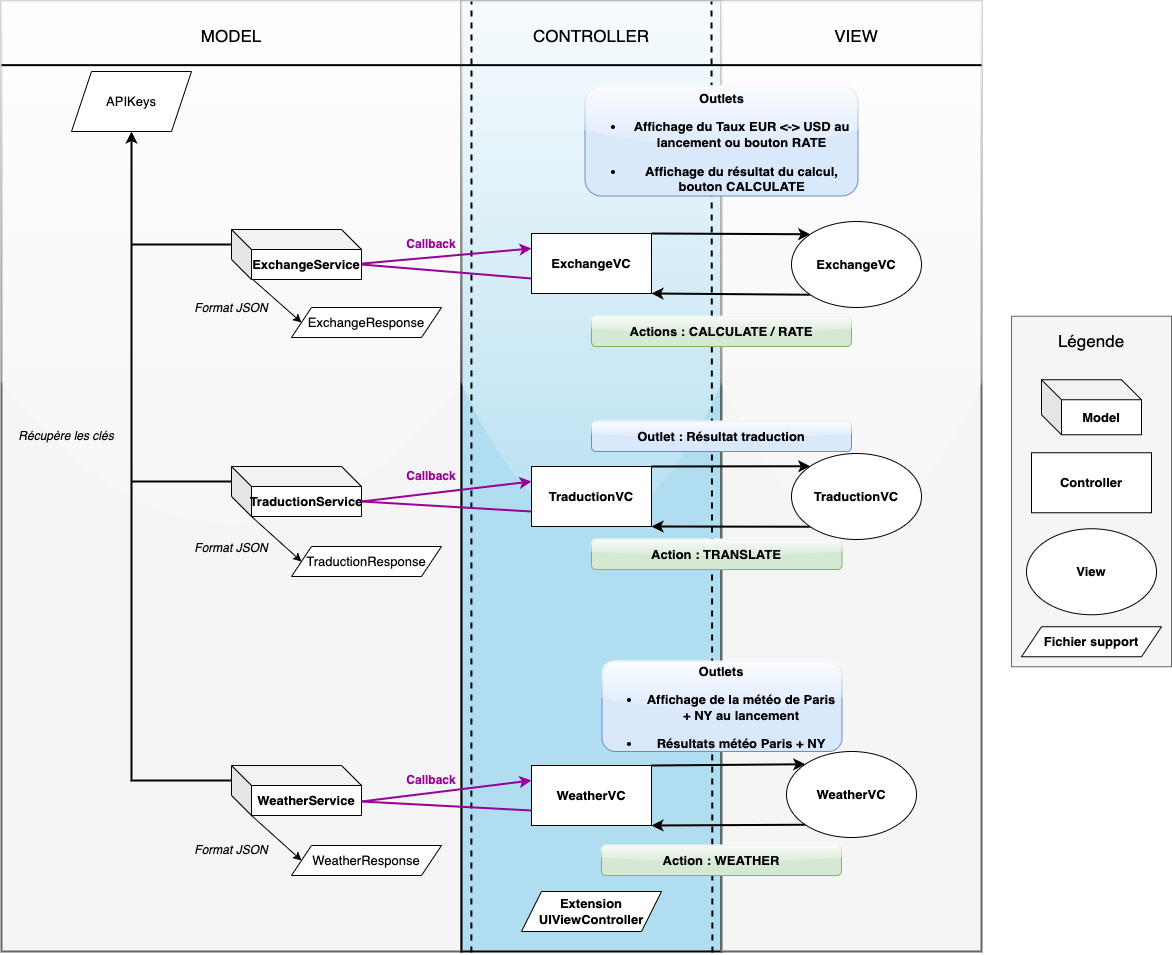
This is Divers/structure_mvc.png from MickaeliOS/OpenClassrooms-P9-LeBaluchon, a draw.io export, as it was before one commit. Source tidied: cells renumbered, new cells last; positions are measured from the earlier drawing's top-left corner, leaving out a move shared by most shapes.
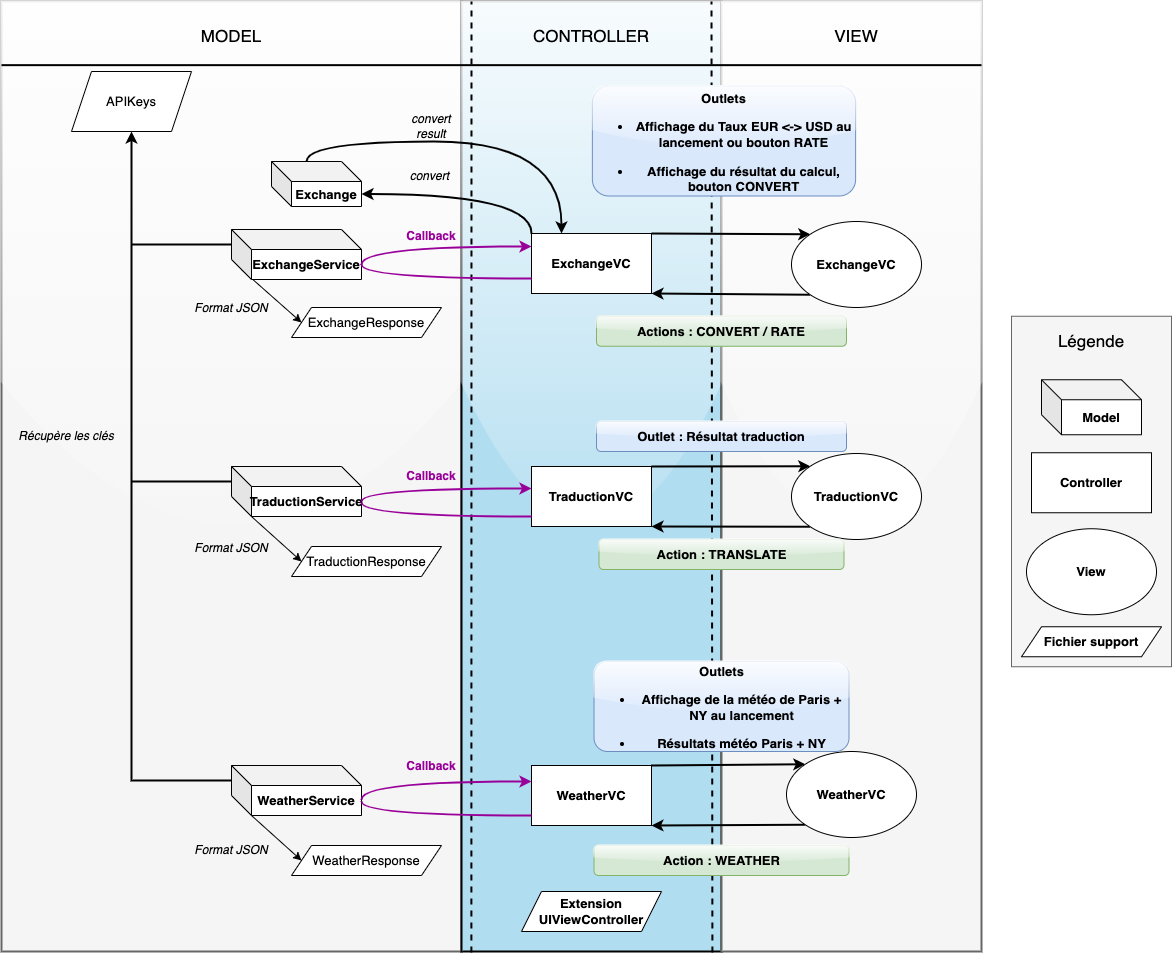
The same file after the commit.

Change to the diagram source:
```diff
@@ -33,9 +33,6 @@
     <mxCell id="10" style="endArrow=none;html=1;rounded=0;strokeWidth=2;entryX=1;entryY=0.067;entryDx=0;entryDy=0;entryPerimeter=0;exitX=0;exitY=0.067;exitDx=0;exitDy=0;exitPerimeter=0;" parent="1" edge="1" source="2" target="4">
       <mxGeometry relative="1" as="geometry" />
     </mxCell>
-    <mxCell id="11" style="rounded=0;jettySize=auto;html=1;exitX=0;exitY=0;exitDx=120;exitDy=35;exitPerimeter=0;entryX=0;entryY=0.25;entryDx=0;entryDy=0;strokeColor=#990099;strokeWidth=2;" parent="1" edge="1" source="13" target="20">
-      <mxGeometry relative="1" as="geometry" />
-    </mxCell>
     <mxCell id="12" style="rounded=0;jettySize=auto;html=1;exitX=0;exitY=0;exitDx=10;exitDy=40;exitPerimeter=0;entryX=0;entryY=0.5;entryDx=0;entryDy=0;" parent="1" edge="1" source="13" target="52">
       <mxGeometry relative="1" as="geometry" />
     </mxCell>
@@ -60,6 +57,9 @@
     <mxCell id="19" style="edgeStyle=none;rounded=0;jettySize=auto;html=1;exitX=1;exitY=0;exitDx=0;exitDy=0;entryX=0;entryY=0;entryDx=0;entryDy=0;strokeWidth=2;" parent="1" edge="1" source="20" target="26">
       <mxGeometry relative="1" as="geometry" />
     </mxCell>
+    <mxCell id="62" style="rounded=0;jettySize=auto;html=1;exitX=0;exitY=0;exitDx=0;exitDy=0;entryX=0;entryY=0;entryDx=90;entryDy=32.5;entryPerimeter=0;strokeColor=#000000;strokeWidth=2;fontSize=17;fontColor=#000000;edgeStyle=orthogonalEdgeStyle;curved=1;" parent="1" edge="1" source="20" target="64">
+      <mxGeometry relative="1" as="geometry" />
+    </mxCell>
     <mxCell id="20" value="ExchangeVC" style="rounded=0;whiteSpace=wrap;html=1;fontStyle=1;fontSize=13;" parent="1" vertex="1">
       <mxGeometry x="530" y="232" width="120" height="60" as="geometry" />
     </mxCell>
@@ -97,35 +97,21 @@
         <mxPoint x="130" y="243" as="sourcePoint" />
       </mxGeometry>
     </mxCell>
-    <mxCell id="31" style="endArrow=none;html=1;rounded=0;exitX=0;exitY=0.75;exitDx=0;exitDy=0;strokeColor=#990099;entryX=0;entryY=0;entryDx=130;entryDy=35;entryPerimeter=0;strokeWidth=2;" parent="1" edge="1" source="20" target="13">
-      <mxGeometry relative="1" as="geometry" />
+    <mxCell id="31" style="endArrow=none;html=1;rounded=0;exitX=0;exitY=0.75;exitDx=0;exitDy=0;strokeColor=#990099;entryX=0;entryY=0;entryDx=130;entryDy=35;entryPerimeter=0;strokeWidth=2;edgeStyle=orthogonalEdgeStyle;curved=1;" parent="1" edge="1" source="20" target="13">
+      <mxGeometry relative="1" as="geometry">
+        <Array as="points">
+          <mxPoint x="360" y="277" />
+        </Array>
+      </mxGeometry>
     </mxCell>
     <mxCell id="32" value="Callback" style="text;html=1;strokeColor=none;fillColor=none;align=center;verticalAlign=middle;whiteSpace=wrap;rounded=0;fontColor=#990099;fontSize=12;fontStyle=1;" parent="1" vertex="1">
-      <mxGeometry x="400" y="228" width="60" height="30" as="geometry" />
+      <mxGeometry x="400" y="220" width="60" height="30" as="geometry" />
     </mxCell>
-    <mxCell id="33" style="endArrow=none;html=1;rounded=0;exitX=0;exitY=0.75;exitDx=0;exitDy=0;strokeColor=#990099;strokeWidth=2;" parent="1" edge="1" source="22">
-      <mxGeometry relative="1" as="geometry">
-        <mxPoint x="360" y="500" as="targetPoint" />
-      </mxGeometry>
-    </mxCell>
-    <mxCell id="34" style="endArrow=classic;html=1;rounded=0;exitX=0;exitY=0;exitDx=130;exitDy=35;exitPerimeter=0;entryX=0;entryY=0.25;entryDx=0;entryDy=0;strokeColor=#990099;strokeWidth=2;" parent="1" edge="1" source="15" target="22">
-      <mxGeometry relative="1" as="geometry" />
-    </mxCell>
-    <mxCell id="35" style="endArrow=none;html=1;rounded=0;exitX=0;exitY=0.75;exitDx=0;exitDy=0;strokeColor=#990099;strokeWidth=2;" parent="1" edge="1" source="24">
-      <mxGeometry relative="1" as="geometry">
-        <mxPoint x="360" y="800" as="targetPoint" />
-      </mxGeometry>
-    </mxCell>
-    <mxCell id="36" style="endArrow=classic;html=1;rounded=0;entryX=0;entryY=0.25;entryDx=0;entryDy=0;strokeColor=#990099;strokeWidth=2;" parent="1" edge="1" target="24">
-      <mxGeometry relative="1" as="geometry">
-        <mxPoint x="360" y="800" as="sourcePoint" />
-      </mxGeometry>
-    </mxCell>
     <mxCell id="37" value="Callback" style="text;html=1;strokeColor=none;fillColor=none;align=center;verticalAlign=middle;whiteSpace=wrap;rounded=0;fontColor=#990099;fontStyle=1;" parent="1" vertex="1">
       <mxGeometry x="400" y="460" width="60" height="30" as="geometry" />
     </mxCell>
     <mxCell id="38" value="Callback" style="text;html=1;strokeColor=none;fillColor=none;align=center;verticalAlign=middle;whiteSpace=wrap;rounded=0;fontColor=#990099;fontStyle=1;" parent="1" vertex="1">
-      <mxGeometry x="400" y="764" width="60" height="30" as="geometry" />
+      <mxGeometry x="400" y="750" width="60" height="30" as="geometry" />
     </mxCell>
     <mxCell id="39" value="Format JSON" style="text;html=1;strokeColor=none;fillColor=none;align=center;verticalAlign=middle;whiteSpace=wrap;rounded=0;fontStyle=2;" parent="1" vertex="1">
       <mxGeometry x="190" y="292" width="80" height="30" as="geometry" />
@@ -148,23 +134,23 @@
     <mxCell id="45" value="WeatherVC" style="ellipse;whiteSpace=wrap;html=1;fontStyle=1;fontSize=13;" parent="1" vertex="1">
       <mxGeometry x="785" y="750" width="130" height="86" as="geometry" />
     </mxCell>
-    <mxCell id="46" value="Actions : CALCULATE / RATE" style="text;html=1;strokeColor=#82b366;fillColor=#d5e8d4;align=center;verticalAlign=middle;whiteSpace=wrap;rounded=1;glass=1;fontSize=13;fontStyle=1;" parent="1" vertex="1">
-      <mxGeometry x="590" y="315" width="260" height="30" as="geometry" />
+    <mxCell id="46" value="Actions : CONVERT&amp;nbsp;/ RATE" style="text;html=1;strokeColor=#82b366;fillColor=#d5e8d4;align=center;verticalAlign=middle;whiteSpace=wrap;rounded=1;glass=1;fontSize=13;fontStyle=1;" parent="1" vertex="1">
+      <mxGeometry x="595" y="314.8" width="250" height="30" as="geometry" />
     </mxCell>
-    <mxCell id="47" value="&lt;br style=&quot;font-size: 13px;&quot;&gt;Outlets&lt;br style=&quot;font-size: 13px;&quot;&gt;&lt;ul style=&quot;font-size: 13px;&quot;&gt;&lt;li style=&quot;font-size: 13px;&quot;&gt;Affichage du Taux EUR &amp;lt;-&amp;gt; USD au lancement ou bouton RATE&lt;/li&gt;&lt;/ul&gt;&lt;ul style=&quot;font-size: 13px;&quot;&gt;&lt;li style=&quot;font-size: 13px;&quot;&gt;&lt;span style=&quot;font-size: 13px;&quot;&gt;Affichage du résultat du calcul, bouton CALCULATE&lt;/span&gt;&lt;br style=&quot;font-size: 13px;&quot;&gt;&lt;/li&gt;&lt;/ul&gt;" style="text;html=1;fillColor=#dae8fc;align=center;verticalAlign=middle;whiteSpace=wrap;rounded=1;labelBackgroundColor=none;glass=1;strokeColor=#6c8ebf;fontSize=13;fontStyle=1;" parent="1" vertex="1">
-      <mxGeometry x="583.5" y="84.5" width="273" height="110" as="geometry" />
+    <mxCell id="47" value="&lt;br style=&quot;font-size: 13px;&quot;&gt;Outlets&lt;br style=&quot;font-size: 13px;&quot;&gt;&lt;ul style=&quot;font-size: 13px;&quot;&gt;&lt;li style=&quot;font-size: 13px;&quot;&gt;Affichage du Taux EUR &amp;lt;-&amp;gt; USD au lancement ou bouton RATE&lt;/li&gt;&lt;/ul&gt;&lt;ul style=&quot;font-size: 13px;&quot;&gt;&lt;li style=&quot;font-size: 13px;&quot;&gt;&lt;span style=&quot;font-size: 13px;&quot;&gt;Affichage du résultat du calcul, bouton CONVERT&lt;/span&gt;&lt;br style=&quot;font-size: 13px;&quot;&gt;&lt;/li&gt;&lt;/ul&gt;" style="text;html=1;fillColor=#dae8fc;align=center;verticalAlign=middle;whiteSpace=wrap;rounded=1;labelBackgroundColor=none;glass=1;strokeColor=#6c8ebf;fontSize=13;fontStyle=1;" parent="1" vertex="1">
+      <mxGeometry x="590.9" y="84.5" width="263.2" height="110" as="geometry" />
     </mxCell>
     <mxCell id="48" value="Outlet : Résultat traduction" style="text;html=1;strokeColor=#6c8ebf;fillColor=#dae8fc;align=center;verticalAlign=middle;whiteSpace=wrap;rounded=1;glass=1;fontSize=13;fontStyle=1;" parent="1" vertex="1">
-      <mxGeometry x="590" y="420" width="260" height="30" as="geometry" />
+      <mxGeometry x="595" y="420" width="250" height="30" as="geometry" />
     </mxCell>
     <mxCell id="49" value="Action : TRANSLATE" style="text;html=1;strokeColor=#82b366;fillColor=#d5e8d4;align=center;verticalAlign=middle;whiteSpace=wrap;rounded=1;glass=1;fontSize=13;fontStyle=1;" parent="1" vertex="1">
-      <mxGeometry x="590" y="538" width="250.5" height="30" as="geometry" />
+      <mxGeometry x="597.5" y="538" width="245" height="30" as="geometry" />
     </mxCell>
     <mxCell id="50" value="&lt;br style=&quot;font-size: 13px;&quot;&gt;Outlets&lt;br style=&quot;font-size: 13px;&quot;&gt;&lt;ul style=&quot;font-size: 13px;&quot;&gt;&lt;li style=&quot;font-size: 13px;&quot;&gt;&lt;span style=&quot;background-color: initial; font-size: 13px;&quot;&gt;Affichage de la météo de Paris + NY au lancement&lt;/span&gt;&lt;/li&gt;&lt;/ul&gt;&lt;ul style=&quot;font-size: 13px;&quot;&gt;&lt;li style=&quot;font-size: 13px;&quot;&gt;Résultats météo Paris + NY&lt;/li&gt;&lt;/ul&gt;" style="text;html=1;strokeColor=#6c8ebf;fillColor=#dae8fc;align=center;verticalAlign=middle;whiteSpace=wrap;rounded=1;glass=1;fontSize=13;fontStyle=1;" parent="1" vertex="1">
-      <mxGeometry x="600.5" y="660" width="240" height="90" as="geometry" />
+      <mxGeometry x="592.5" y="660" width="255" height="90" as="geometry" />
     </mxCell>
     <mxCell id="51" value="Action : WEATHER" style="text;html=1;strokeColor=#82b366;fillColor=#d5e8d4;align=center;verticalAlign=middle;whiteSpace=wrap;rounded=1;glass=1;fontSize=13;fontStyle=1;" parent="1" vertex="1">
-      <mxGeometry x="600" y="844" width="240" height="30" as="geometry" />
+      <mxGeometry x="592.5" y="844" width="255" height="30" as="geometry" />
     </mxCell>
     <mxCell id="52" value="ExchangeResponse" style="shape=parallelogram;perimeter=parallelogramPerimeter;whiteSpace=wrap;html=1;fixedSize=1;fontSize=13;" parent="1" vertex="1">
       <mxGeometry x="290" y="306" width="150" height="30" as="geometry" />
@@ -196,5 +182,60 @@
     <mxCell id="61" value="Légende" style="text;html=1;strokeColor=none;fillColor=none;align=center;verticalAlign=middle;whiteSpace=wrap;rounded=0;shadow=0;glass=0;labelBackgroundColor=none;sketch=0;fillStyle=auto;strokeWidth=1;fontSize=17;fontColor=#000000;" parent="1" vertex="1">
       <mxGeometry x="1060" y="325.2" width="60" height="30" as="geometry" />
     </mxCell>
+    <mxCell id="63" style="rounded=0;jettySize=auto;html=1;exitX=0;exitY=0;exitDx=35;exitDy=0;exitPerimeter=0;entryX=0.25;entryY=0;entryDx=0;entryDy=0;strokeColor=#000000;strokeWidth=2;fontSize=17;fontColor=#000000;edgeStyle=orthogonalEdgeStyle;curved=1;" parent="1" edge="1" source="64" target="20">
+      <mxGeometry relative="1" as="geometry" />
+    </mxCell>
+    <mxCell id="64" value="Exchange" style="shape=cube;whiteSpace=wrap;html=1;boundedLbl=1;backgroundOutline=1;darkOpacity=0.05;darkOpacity2=0.1;fontStyle=1;fontSize=13;" parent="1" vertex="1">
+      <mxGeometry x="270" y="160" width="90" height="45" as="geometry" />
+    </mxCell>
+    <mxCell id="65" style="endArrow=none;html=1;rounded=0;exitX=0;exitY=0.75;exitDx=0;exitDy=0;strokeColor=#990099;entryX=0;entryY=0;entryDx=130;entryDy=35;entryPerimeter=0;strokeWidth=2;edgeStyle=orthogonalEdgeStyle;curved=1;" parent="1" edge="1">
+      <mxGeometry relative="1" as="geometry">
+        <mxPoint x="530" y="515" as="sourcePoint" />
+        <mxPoint x="360" y="501" as="targetPoint" />
+        <Array as="points">
+          <mxPoint x="360" y="515" />
+        </Array>
+      </mxGeometry>
+    </mxCell>
+    <mxCell id="66" style="rounded=0;jettySize=auto;html=1;entryX=0;entryY=0.25;entryDx=0;entryDy=0;strokeColor=#990099;strokeWidth=2;edgeStyle=orthogonalEdgeStyle;curved=1;exitX=0;exitY=0;exitDx=130;exitDy=35;exitPerimeter=0;" parent="1" edge="1" source="15">
+      <mxGeometry relative="1" as="geometry">
+        <mxPoint x="530" y="487" as="targetPoint" />
+        <Array as="points">
+          <mxPoint x="360" y="487" />
+        </Array>
+      </mxGeometry>
+    </mxCell>
+    <mxCell id="67" style="rounded=0;jettySize=auto;html=1;entryX=0;entryY=0.25;entryDx=0;entryDy=0;strokeColor=#990099;strokeWidth=2;edgeStyle=orthogonalEdgeStyle;curved=1;exitX=0;exitY=0;exitDx=130;exitDy=35;exitPerimeter=0;" parent="1" edge="1" source="13">
+      <mxGeometry relative="1" as="geometry">
+        <mxPoint x="530" y="245" as="targetPoint" />
+        <Array as="points">
+          <mxPoint x="360" y="245" />
+        </Array>
+      </mxGeometry>
+    </mxCell>
+    <mxCell id="68" style="rounded=0;orthogonalLoop=1;jettySize=auto;html=1;entryX=0;entryY=0.25;entryDx=0;entryDy=0;strokeColor=#990099;strokeWidth=2;edgeStyle=orthogonalEdgeStyle;curved=1;exitX=0;exitY=0;exitDx=130;exitDy=35;exitPerimeter=0;" parent="1" edge="1">
+      <mxGeometry relative="1" as="geometry">
+        <mxPoint x="360" y="798" as="sourcePoint" />
+        <mxPoint x="530" y="780" as="targetPoint" />
+        <Array as="points">
+          <mxPoint x="360" y="780" />
+        </Array>
+      </mxGeometry>
+    </mxCell>
+    <mxCell id="69" style="endArrow=none;html=1;rounded=0;exitX=0;exitY=0.75;exitDx=0;exitDy=0;strokeColor=#990099;entryX=0;entryY=0;entryDx=130;entryDy=35;entryPerimeter=0;strokeWidth=2;edgeStyle=orthogonalEdgeStyle;curved=1;" parent="1" edge="1">
+      <mxGeometry relative="1" as="geometry">
+        <mxPoint x="530" y="814" as="sourcePoint" />
+        <mxPoint x="360" y="800" as="targetPoint" />
+        <Array as="points">
+          <mxPoint x="360" y="814" />
+        </Array>
+      </mxGeometry>
+    </mxCell>
+    <mxCell id="70" value="convert result" style="text;html=1;strokeColor=none;fillColor=none;align=center;verticalAlign=middle;whiteSpace=wrap;rounded=0;shadow=0;glass=0;labelBackgroundColor=none;sketch=0;fillStyle=auto;strokeWidth=1;fontSize=12;fontColor=#000000;fontStyle=2;" parent="1" vertex="1">
+      <mxGeometry x="400" y="110" width="60" height="30" as="geometry" />
+    </mxCell>
+    <mxCell id="71" value="convert&amp;nbsp;" style="text;html=1;strokeColor=none;fillColor=none;align=center;verticalAlign=middle;whiteSpace=wrap;rounded=0;shadow=0;glass=0;labelBackgroundColor=none;sketch=0;fillStyle=auto;strokeWidth=1;fontSize=12;fontColor=#000000;fontStyle=2;" parent="1" vertex="1">
+      <mxGeometry x="400" y="160" width="60" height="30" as="geometry" />
+    </mxCell>
   </root>
 </mxGraphModel>
```
